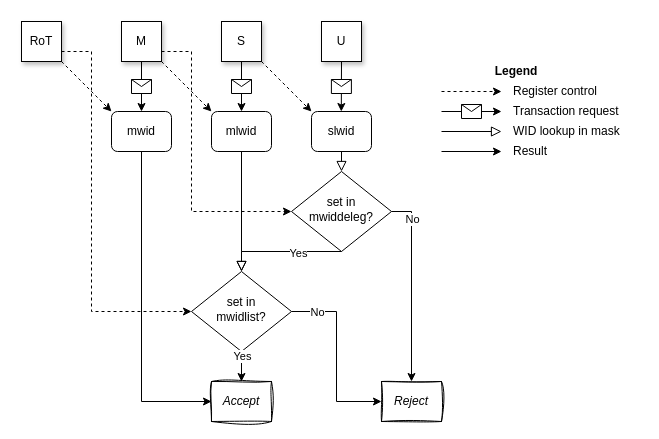
The draw.io diagram src/images/WorldID-smwids.drawio in MIPS/riscv-partitioning, before the edit. Source tidied: cells renumbered, new cells numbered last; positions are measured from the earlier drawing's top-left corner, leaving out a move shared by most shapes. Both pictures are drawn from the tidied source at 100%, with x=0, y=0 at pixel (21, 21).
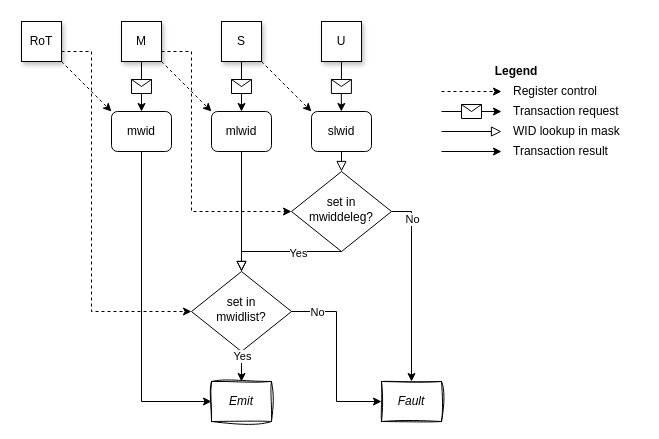
The same diagram, later.

Commit message (it also covers changes not shown here):
Change diagrams, Accept->Emit, Reject->Fault

What changed in the source:
```diff
@@
-    <mxCell id="9" value="Accept" style="rounded=0;whiteSpace=wrap;html=1;fontSize=12;glass=0;strokeWidth=1;shadow=0;sketch=1;curveFitting=1;jiggle=2;fontStyle=2;" parent="1" vertex="1">
+    <mxCell id="9" value="Emit" style="rounded=0;whiteSpace=wrap;html=1;fontSize=12;glass=0;strokeWidth=1;shadow=0;sketch=1;curveFitting=1;jiggle=2;fontStyle=2;" parent="1" vertex="1">
       <mxGeometry x="190" y="360" width="60" height="40" as="geometry" />
     </mxCell>
@@
-    <mxCell id="17" value="Reject" style="rounded=0;whiteSpace=wrap;html=1;fontSize=12;glass=0;strokeWidth=1;shadow=0;sketch=1;curveFitting=1;jiggle=2;fillColor=default;fontStyle=2;" parent="1" vertex="1">
+    <mxCell id="17" value="Fault" style="rounded=0;whiteSpace=wrap;html=1;fontSize=12;glass=0;strokeWidth=1;shadow=0;sketch=1;curveFitting=1;jiggle=2;fillColor=default;fontStyle=2;" parent="1" vertex="1">
       <mxGeometry x="360" y="360" width="60" height="40" as="geometry" />
     </mxCell>
@@
-    <mxCell id="42" value="Result" style="text;html=1;align=left;verticalAlign=middle;whiteSpace=wrap;rounded=0;" parent="1" vertex="1">
+    <mxCell id="42" value="Transaction result" style="text;html=1;align=left;verticalAlign=middle;whiteSpace=wrap;rounded=0;" parent="1" vertex="1">
       <mxGeometry x="490" y="120" width="130" height="20" as="geometry" />
     </mxCell>
```
